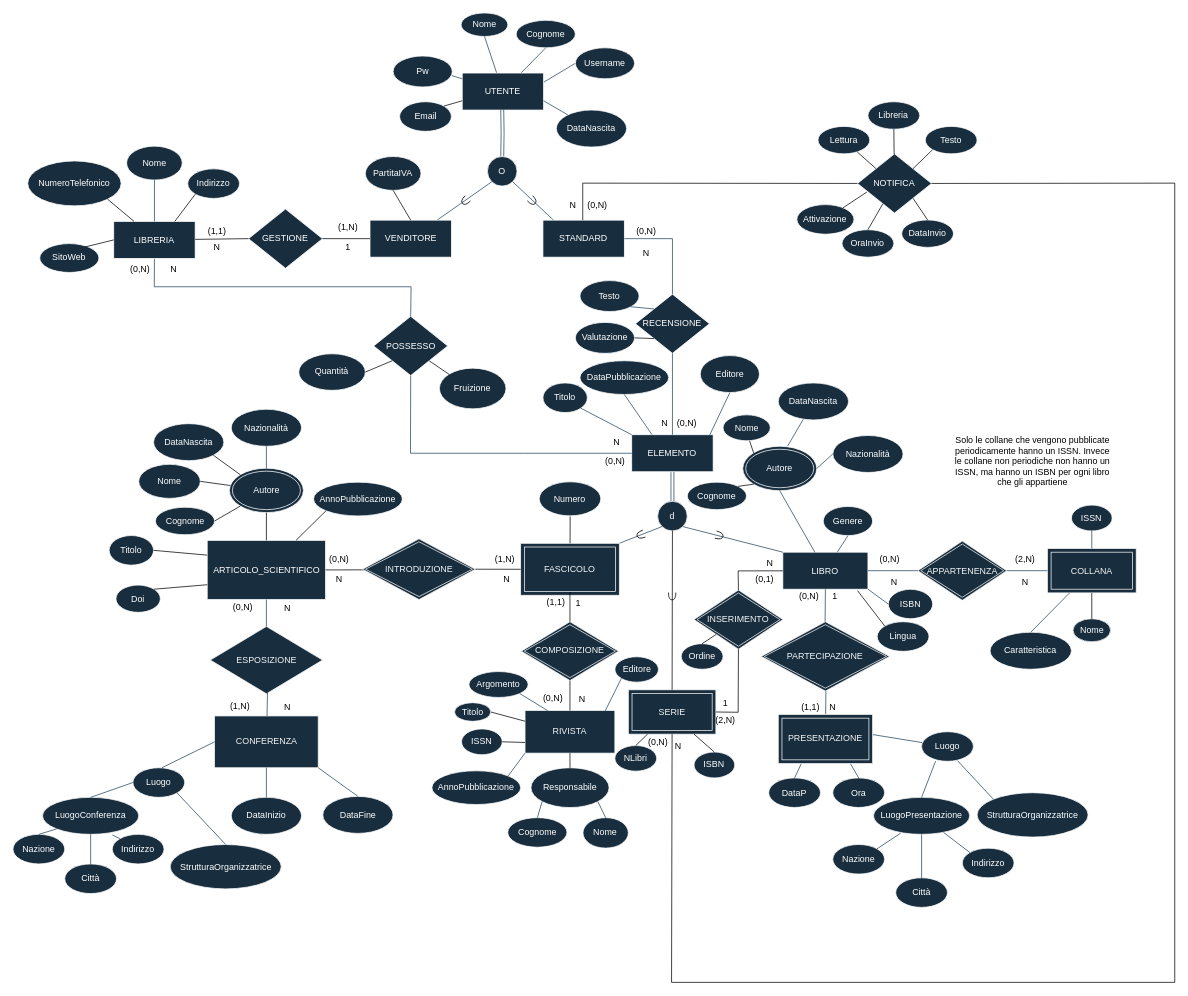
This is page "Pagina-1" (1 of 2) of Copia di DiagrammaER v1.4.0.drawio from Giovk/Sistema-di-una-Bibleoteca-Digitale, a draw.io file, before an edit. Source tidied: cells renumbered, new cells numbered last; positions are measured from the earlier drawing's top-left corner, leaving out a move shared by most shapes. Both pictures are drawn from the tidied source at 74%, with x=0, y=0 at pixel (13, 13).
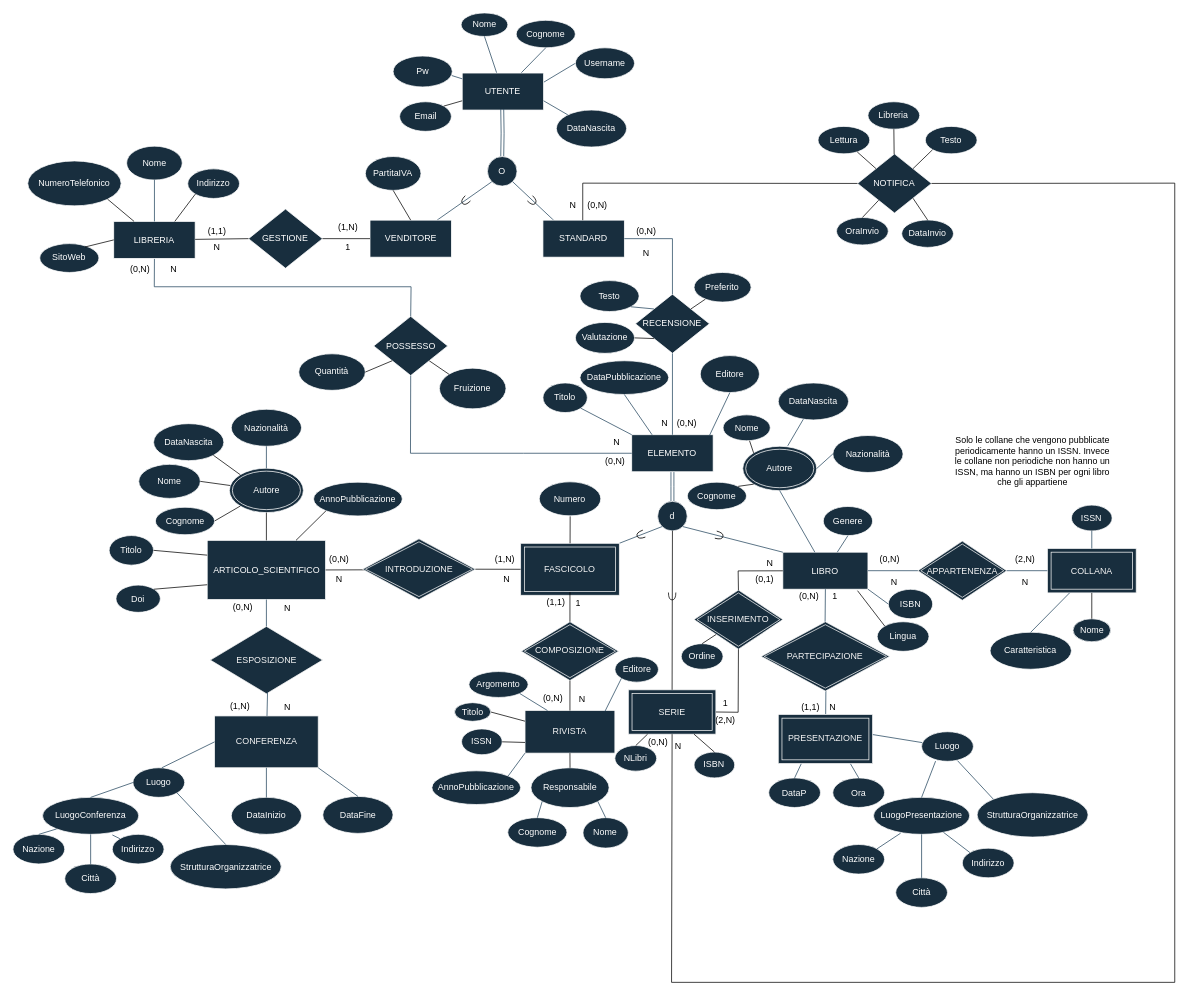
Above is the later version.

Unchanged cells that the change refers to:
```xml
<mxCell id="86" value="RECENSIONE" style="rhombus;whiteSpace=wrap;html=1;fillColor=#182E3E;strokeColor=#FFFFFF;fontColor=#FFFFFF;" parent="1" vertex="1">
  <mxGeometry x="841.2" y="380" width="100" height="80" as="geometry" />
</mxCell>
<mxCell id="225" value="NOTIFICA" style="rhombus;whiteSpace=wrap;html=1;fillColor=#182E3E;strokeColor=#FFFFFF;fontColor=#FFFFFF;" parent="1" vertex="1">
  <mxGeometry x="1141.3" y="190.4" width="100" height="80" as="geometry" />
</mxCell>
```

Diff of the diagram source:
```diff
@@
-    <mxCell id="223" value="Attivazione" style="ellipse;whiteSpace=wrap;html=1;fillColor=#182E3E;strokeColor=#FFFFFF;fontColor=#FFFFFF;" parent="1" vertex="1">
-      <mxGeometry x="1059.4" y="259" width="77.1" height="40" as="geometry" />
+    <mxCell id="223" value="Preferito" style="ellipse;whiteSpace=wrap;html=1;fillColor=#182E3E;strokeColor=#FFFFFF;fontColor=#FFFFFF;" parent="1" vertex="1">
+      <mxGeometry x="920.4" y="350.7" width="77.1" height="40" as="geometry" />
     </mxCell>
-    <mxCell id="224" style="endArrow=none;html=1;rounded=0;exitX=0.127;exitY=0.645;exitDx=0;exitDy=0;exitPerimeter=0;" parent="1" edge="1" source="225" target="223">
+    <mxCell id="224" style="endArrow=none;html=1;rounded=0;exitX=1;exitY=0;exitDx=0;exitDy=0;" parent="1" edge="1" source="86" target="223">
       <mxGeometry relative="1" as="geometry" />
     </mxCell>
@@
     <mxCell id="240" value="OraInvio" style="ellipse;whiteSpace=wrap;html=1;fillColor=#182E3E;strokeColor=#FFFFFF;fontColor=#FFFFFF;" parent="1" vertex="1">
-      <mxGeometry x="1120.4" y="292.9" width="70" height="37.1" as="geometry" />
+      <mxGeometry x="1112.9" y="276.4" width="70" height="37.1" as="geometry" />
     </mxCell>
```
